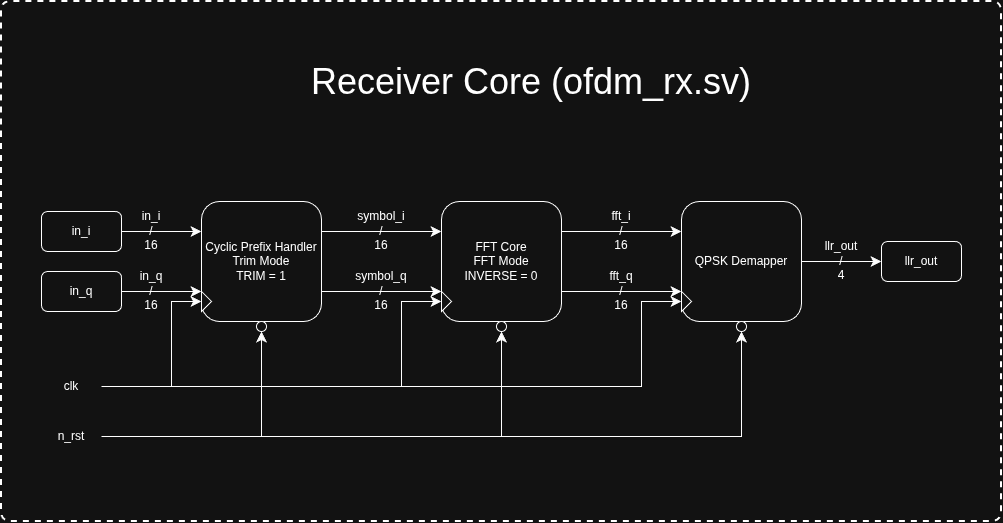
Above: diagrams/receivercorertl.png in Yauk-An-Ant/OFDM-Baseband-PHY-FPGA (draw.io), before the change. Source tidied: cells renumbered, new cells last; positions are measured from the earlier drawing's top-left corner, leaving out a move shared by most shapes.
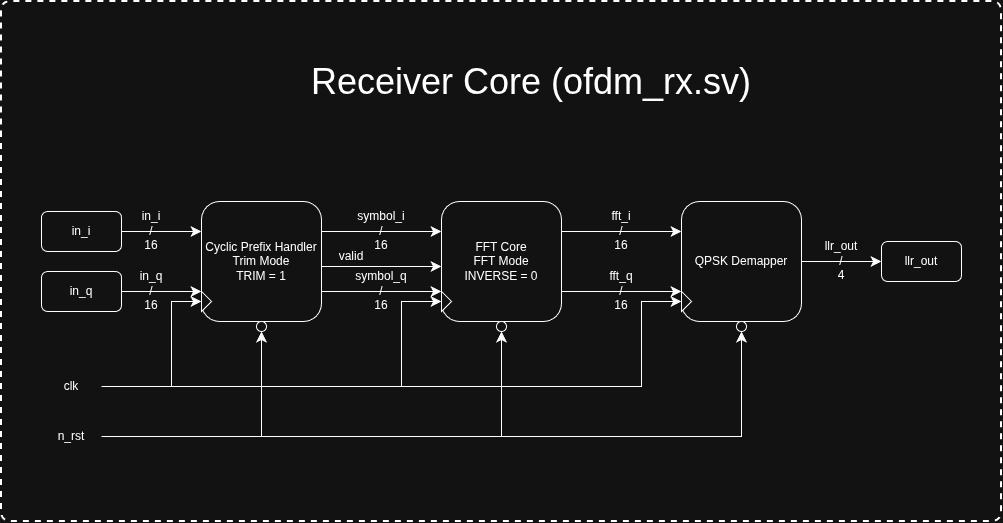
After the change.

What changed in the source:
```diff
@@ -38,6 +38,12 @@
     <mxCell id="13" style="edgeStyle=orthogonalEdgeStyle;shape=connector;rounded=0;jettySize=auto;html=1;exitX=1;exitY=0.75;exitDx=0;exitDy=0;entryX=0;entryY=0.75;entryDx=0;entryDy=0;strokeColor=default;align=center;verticalAlign=middle;fontFamily=Helvetica;fontSize=12;fontColor=default;labelBackgroundColor=default;startSize=8;endArrow=classic;endSize=8;" parent="1" edge="1" source="14" target="16">
       <mxGeometry relative="1" as="geometry" />
     </mxCell>
+    <mxCell id="38" style="edgeStyle=none;curved=1;rounded=0;orthogonalLoop=1;jettySize=auto;html=1;exitX=1;exitY=0.5;exitDx=0;exitDy=0;entryX=0;entryY=0.5;entryDx=0;entryDy=0;fontSize=12;startSize=8;endSize=8;" parent="1" edge="1">
+      <mxGeometry relative="1" as="geometry">
+        <mxPoint x="320" y="265" as="sourcePoint" />
+        <mxPoint x="440" y="265" as="targetPoint" />
+      </mxGeometry>
+    </mxCell>
     <mxCell id="14" value="FFT Core&lt;div&gt;FFT Mode&lt;/div&gt;&lt;div&gt;INVERSE = 0&lt;/div&gt;" style="rounded=1;whiteSpace=wrap;html=1;" parent="1" vertex="1">
       <mxGeometry x="440" y="200" width="120" height="120" as="geometry" />
     </mxCell>
@@ -134,5 +140,8 @@
     <mxCell id="37" value="llr_out" style="rounded=1;whiteSpace=wrap;html=1;fontFamily=Helvetica;fontSize=12;fontColor=default;labelBackgroundColor=default;" parent="1" vertex="1">
       <mxGeometry x="880" y="240" width="80" height="40" as="geometry" />
     </mxCell>
+    <mxCell id="39" value="valid" style="text;html=1;whiteSpace=wrap;strokeColor=none;fillColor=none;align=center;verticalAlign=middle;rounded=0;" parent="1" vertex="1">
+      <mxGeometry x="320" y="240" width="60" height="30" as="geometry" />
+    </mxCell>
   </root>
 </mxGraphModel>
```
